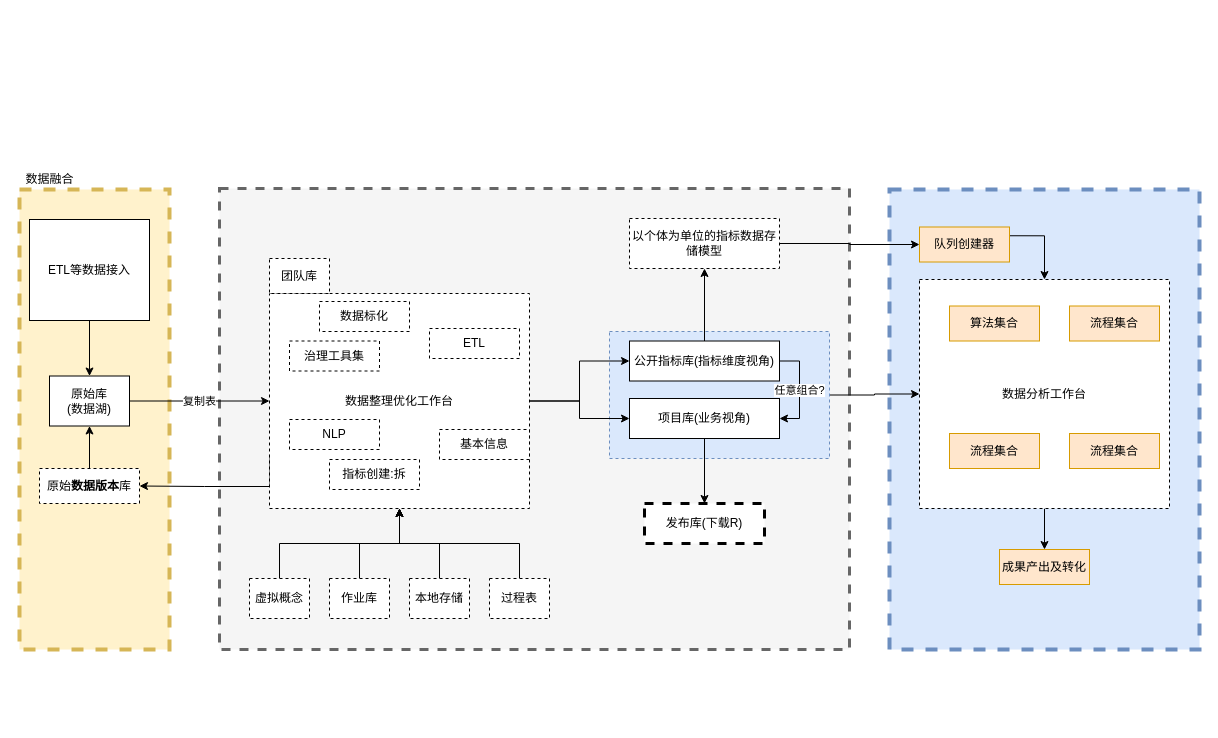
Above: page "流程梳理改进版" (7 of 7) of 华链系统重构分析.drawio in xinglongMedical/drawio (draw.io), before the change. Source tidied: cells renumbered, new cells numbered last; positions are measured from the earlier drawing's top-left corner, leaving out a move shared by most shapes. Both pictures are drawn from the tidied source at 100%, with x=0, y=0 at pixel (19, 169).
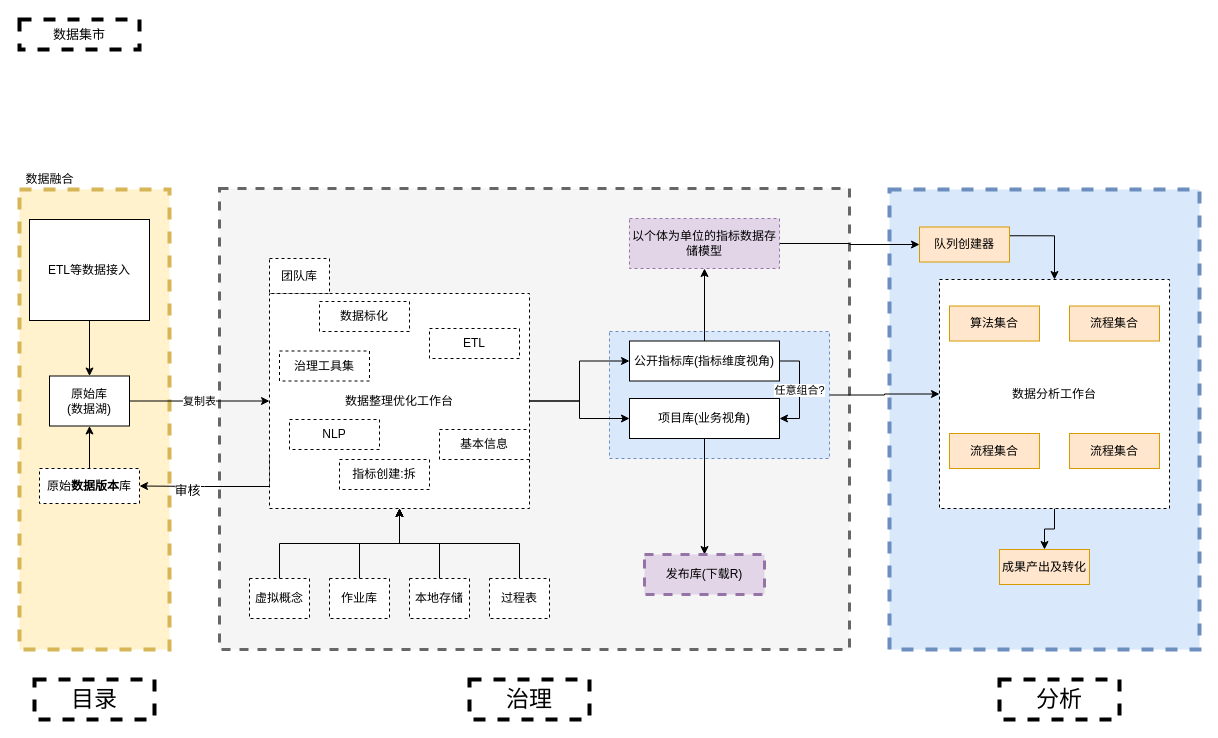
The same diagram, later.

The change refers to these unchanged cells:
```xml
<mxCell id="10" style="edgeStyle=orthogonalEdgeStyle;rounded=0;jettySize=auto;html=1;exitX=0;exitY=0.75;exitDx=0;exitDy=0;entryX=1;entryY=0.5;entryDx=0;entryDy=0;" parent="1" edge="1" source="12" target="26">
  <mxGeometry relative="1" as="geometry">
    <Array as="points">
      <mxPoint x="250" y="317" />
      <mxPoint x="185" y="317" />
    </Array>
  </mxGeometry>
</mxCell>
```

Change to the diagram source:
```diff
@@
+    <mxCell id="50" value="&lt;font style=&quot;font-size: 13px;&quot;&gt;审核&lt;/font&gt;" style="edgeLabel;html=1;align=center;verticalAlign=middle;fontSize=13;" parent="10" vertex="1">
+      <mxGeometry x="0.41" y="4" relative="1" as="geometry" />
+    </mxCell>
@@
     <mxCell id="28" value="数据分析工作台" style="rounded=0;whiteSpace=wrap;html=1;dashed=1;" parent="1" vertex="1">
-      <mxGeometry x="900" y="110" width="250" height="229" as="geometry" />
+      <mxGeometry x="920" y="110" width="230" height="229" as="geometry" />
     </mxCell>
     <mxCell id="29" value="治理工具集" style="rounded=0;whiteSpace=wrap;html=1;dashed=1;" parent="1" vertex="1">
-      <mxGeometry x="270" y="171.5" width="90" height="30" as="geometry" />
+      <mxGeometry x="260" y="181.5" width="90" height="30" as="geometry" />
     </mxCell>
@@
-    <mxCell id="33" value="&lt;span&gt;以个体为单位的指标数据存储模型&lt;/span&gt;" style="rounded=0;whiteSpace=wrap;html=1;dashed=1;" parent="1" vertex="1">
+    <mxCell id="33" value="&lt;span&gt;以个体为单位的指标数据存储模型&lt;/span&gt;" style="rounded=0;whiteSpace=wrap;html=1;dashed=1;fillColor=#e1d5e7;strokeColor=#9673a6;" parent="1" vertex="1">
       <mxGeometry x="610" y="49" width="150" height="50" as="geometry" />
     </mxCell>
@@
-    <mxCell id="38" value="&lt;span&gt;发布库(下载R)&lt;/span&gt;" style="rounded=0;whiteSpace=wrap;html=1;dashed=1;strokeWidth=3;" parent="1" vertex="1">
-      <mxGeometry x="625" y="334" width="120" height="40" as="geometry" />
+    <mxCell id="38" value="&lt;span&gt;发布库(下载R)&lt;/span&gt;" style="rounded=0;whiteSpace=wrap;html=1;dashed=1;strokeWidth=3;fillColor=#e1d5e7;strokeColor=#9673a6;" parent="1" vertex="1">
+      <mxGeometry x="625" y="385" width="120" height="40" as="geometry" />
     </mxCell>
@@
     <mxCell id="47" value="指标创建:拆" style="rounded=0;whiteSpace=wrap;html=1;dashed=1;" parent="1" vertex="1">
-      <mxGeometry x="310" y="290" width="90" height="30" as="geometry" />
+      <mxGeometry x="320" y="290" width="90" height="30" as="geometry" />
     </mxCell>
@@
+    <mxCell id="51" value="目录" style="rounded=0;whiteSpace=wrap;html=1;dashed=1;strokeWidth=4;fontSize=23;" parent="1" vertex="1">
+      <mxGeometry x="15" y="510" width="120" height="40" as="geometry" />
+    </mxCell>
+    <mxCell id="52" value="治理" style="rounded=0;whiteSpace=wrap;html=1;dashed=1;strokeWidth=4;fontSize=23;" parent="1" vertex="1">
+      <mxGeometry x="450" y="510" width="120" height="40" as="geometry" />
+    </mxCell>
+    <mxCell id="53" value="分析" style="rounded=0;whiteSpace=wrap;html=1;dashed=1;strokeWidth=4;fontSize=23;" parent="1" vertex="1">
+      <mxGeometry x="980" y="510" width="120" height="40" as="geometry" />
+    </mxCell>
+    <mxCell id="54" value="数据集市" style="rounded=0;whiteSpace=wrap;html=1;dashed=1;strokeWidth=4;fontSize=13;" parent="1" vertex="1">
+      <mxGeometry y="-150" width="120" height="30" as="geometry" />
+    </mxCell>
```
